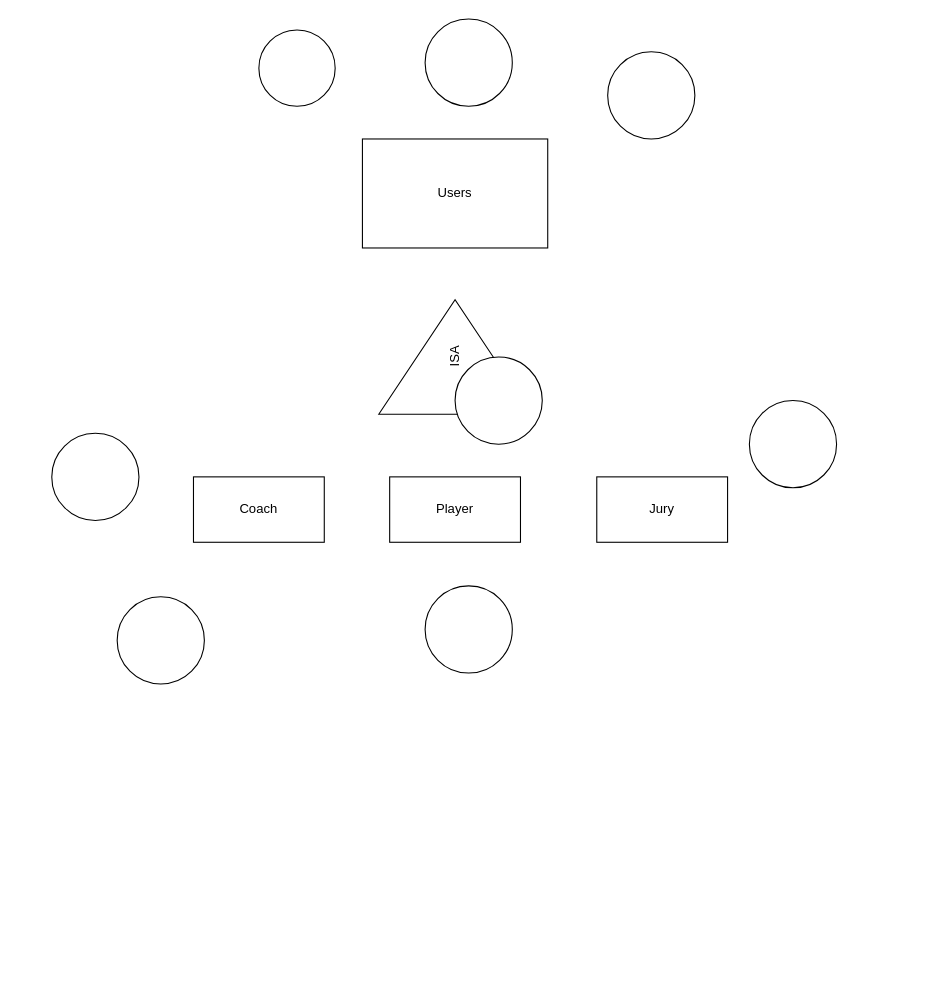
Above: Untitled Diagram.drawio in iremnuy/ER_model (draw.io), before the change. Source tidied: cells renumbered, new cells numbered last; positions are measured from the earlier drawing's top-left corner, leaving out a move shared by most shapes. Both pictures are drawn from the tidied source at 109%, with x=0, y=0 at pixel (51, 19).
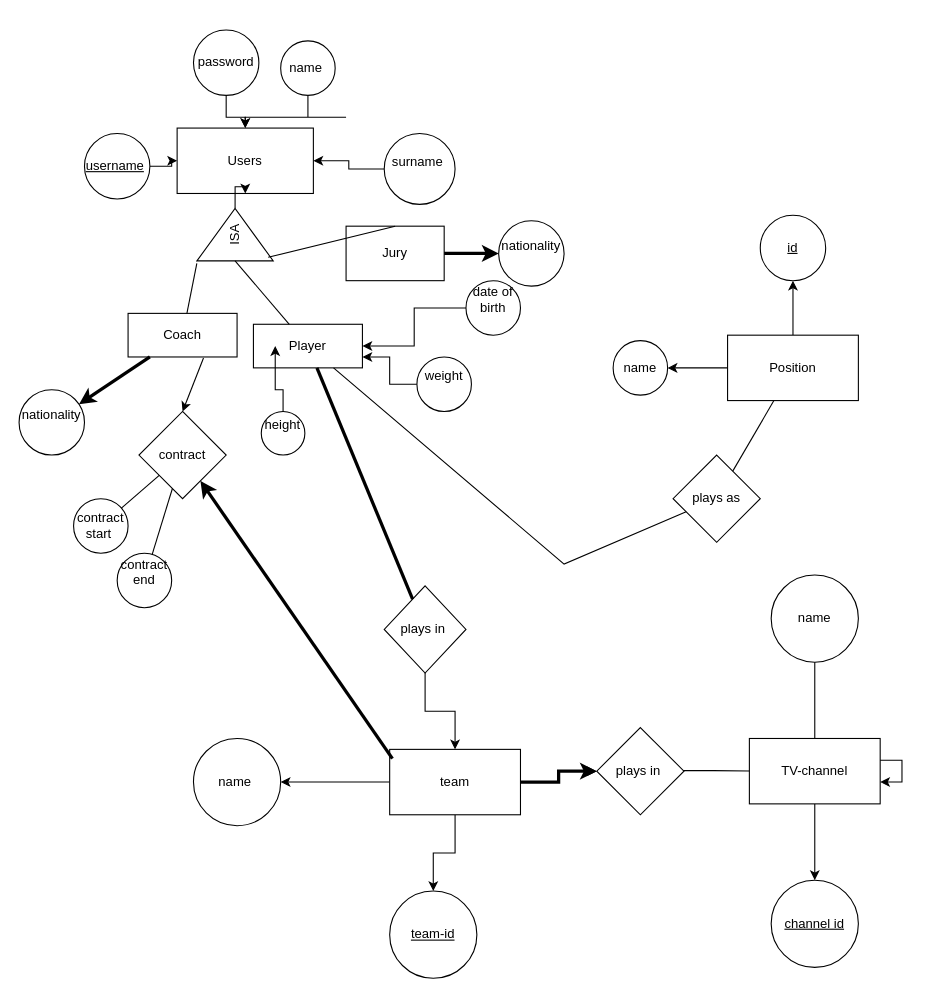
Above is the later version.

What changed in the source:
```diff
@@
     <mxCell id="2" value="Users" style="rounded=0;whiteSpace=wrap;html=1;" parent="1" vertex="1">
-      <mxGeometry x="285" y="110" width="170" height="100" as="geometry" />
+      <mxGeometry x="115" y="100" width="125" height="60" as="geometry" />
     </mxCell>
+    <mxCell id="15" style="rounded=0;jettySize=auto;html=1;entryX=0.5;entryY=0;entryDx=0;entryDy=0;exitX=0.692;exitY=1.025;exitDx=0;exitDy=0;exitPerimeter=0;" parent="1" edge="1" source="3" target="46">
+      <mxGeometry relative="1" as="geometry" />
+    </mxCell>
     <mxCell id="3" value="Coach" style="rounded=0;whiteSpace=wrap;html=1;" parent="1" vertex="1">
-      <mxGeometry x="130" y="420" width="120" height="60" as="geometry" />
+      <mxGeometry x="70" y="270" width="100" height="40" as="geometry" />
     </mxCell>
     <mxCell id="4" value="Player" style="rounded=0;whiteSpace=wrap;html=1;" parent="1" vertex="1">
-      <mxGeometry x="310" y="420" width="120" height="60" as="geometry" />
+      <mxGeometry x="185" y="280" width="100" height="40" as="geometry" />
     </mxCell>
     <mxCell id="5" value="Jury" style="rounded=0;whiteSpace=wrap;html=1;" parent="1" vertex="1">
-      <mxGeometry x="500" y="420" width="120" height="60" as="geometry" />
+      <mxGeometry x="270" y="190" width="90" height="50" as="geometry" />
     </mxCell>
+    <mxCell id="16" style="edgeStyle=orthogonalEdgeStyle;rounded=0;jettySize=auto;html=1;" parent="1" edge="1" source="6" target="2">
+      <mxGeometry relative="1" as="geometry" />
+    </mxCell>
     <mxCell id="6" value="ISA" style="triangle;whiteSpace=wrap;html=1;rotation=-90;" parent="1" vertex="1">
-      <mxGeometry x="317.5" y="240" width="105" height="140" as="geometry" />
+      <mxGeometry x="144.1" y="162.8" width="48.1" height="70" as="geometry" />
     </mxCell>
+    <mxCell id="17" style="edgeStyle=orthogonalEdgeStyle;rounded=0;jettySize=auto;html=1;" parent="1" edge="1" source="7" target="2">
+      <mxGeometry relative="1" as="geometry" />
+    </mxCell>
-    <mxCell id="7" style="ellipse;whiteSpace=wrap;html=1;" parent="1" vertex="1">
-      <mxGeometry x="190" y="10" width="70" height="70" as="geometry" />
+    <mxCell id="7" value="&lt;u&gt;username&lt;/u&gt;&amp;nbsp;" style="ellipse;whiteSpace=wrap;html=1;" parent="1" vertex="1">
+      <mxGeometry x="30" y="105" width="60" height="60" as="geometry" />
     </mxCell>
-    <mxCell id="8" style="ellipse;whiteSpace=wrap;html=1;" parent="1" vertex="1">
-      <mxGeometry x="370" y="310" width="80" height="80" as="geometry" />
+    <mxCell id="8" value="height&lt;div&gt;&lt;br&gt;&lt;/div&gt;" style="ellipse;whiteSpace=wrap;html=1;" parent="1" vertex="1">
+      <mxGeometry x="192.2" y="360" width="40" height="40" as="geometry" />
     </mxCell>
+    <mxCell id="18" style="rounded=0;jettySize=auto;html=1;strokeWidth=3;" parent="1" edge="1" source="3" target="9">
+      <mxGeometry relative="1" as="geometry" />
+    </mxCell>
-    <mxCell id="9" style="ellipse;whiteSpace=wrap;html=1;" parent="1" vertex="1">
-      <mxGeometry y="380" width="80" height="80" as="geometry" />
+    <mxCell id="9" value="nationality&lt;div&gt;&lt;br&gt;&lt;/div&gt;" style="ellipse;whiteSpace=wrap;html=1;" parent="1" vertex="1">
+      <mxGeometry x="-30" y="340" width="60" height="60" as="geometry" />
     </mxCell>
+    <mxCell id="19" style="edgeStyle=orthogonalEdgeStyle;rounded=0;jettySize=auto;html=1;entryX=1;entryY=0.75;entryDx=0;entryDy=0;" parent="1" edge="1" source="10" target="4">
+      <mxGeometry relative="1" as="geometry" />
+    </mxCell>
-    <mxCell id="10" style="ellipse;whiteSpace=wrap;html=1;" parent="1" vertex="1">
-      <mxGeometry x="60" y="530" width="80" height="80" as="geometry" />
+    <mxCell id="10" value="weight&lt;div&gt;&lt;br&gt;&lt;/div&gt;" style="ellipse;whiteSpace=wrap;html=1;" parent="1" vertex="1">
+      <mxGeometry x="335" y="310" width="50" height="50" as="geometry" />
     </mxCell>
+    <mxCell id="20" style="edgeStyle=orthogonalEdgeStyle;rounded=0;jettySize=auto;html=1;" parent="1" edge="1" source="11" target="4">
+      <mxGeometry relative="1" as="geometry" />
+    </mxCell>
-    <mxCell id="11" style="ellipse;whiteSpace=wrap;html=1;" parent="1" vertex="1">
-      <mxGeometry x="342.5" y="520" width="80" height="80" as="geometry" />
+    <mxCell id="11" value="date of birth&lt;div&gt;&lt;br&gt;&lt;/div&gt;" style="ellipse;whiteSpace=wrap;html=1;" parent="1" vertex="1">
+      <mxGeometry x="380" y="240" width="50" height="50" as="geometry" />
     </mxCell>
-    <mxCell id="12" style="ellipse;whiteSpace=wrap;html=1;" parent="1" vertex="1">
-      <mxGeometry x="640" y="350" width="80" height="80" as="geometry" />
+    <mxCell id="12" value="nationality&lt;div&gt;&lt;br&gt;&lt;/div&gt;" style="ellipse;whiteSpace=wrap;html=1;" parent="1" vertex="1">
+      <mxGeometry x="410" y="185" width="60" height="60" as="geometry" />
     </mxCell>
+    <mxCell id="21" style="edgeStyle=orthogonalEdgeStyle;rounded=0;jettySize=auto;html=1;" parent="1" edge="1" source="13" target="2">
+      <mxGeometry relative="1" as="geometry">
+        <Array as="points">
+          <mxPoint x="270" y="90" />
+          <mxPoint x="250" y="90" />
+        </Array>
+      </mxGeometry>
+    </mxCell>
-    <mxCell id="13" style="ellipse;whiteSpace=wrap;html=1;" parent="1" vertex="1">
-      <mxGeometry x="510" y="30" width="80" height="80" as="geometry" />
+    <mxCell id="13" value="name&amp;nbsp;" style="ellipse;whiteSpace=wrap;html=1;" parent="1" vertex="1">
+      <mxGeometry x="210" y="20" width="50" height="50" as="geometry" />
     </mxCell>
+    <mxCell id="22" style="edgeStyle=orthogonalEdgeStyle;rounded=0;jettySize=auto;html=1;" parent="1" edge="1" source="14" target="2">
+      <mxGeometry relative="1" as="geometry" />
+    </mxCell>
-    <mxCell id="14" style="ellipse;whiteSpace=wrap;html=1;" parent="1" vertex="1">
-      <mxGeometry x="342.5" width="80" height="80" as="geometry" />
+    <mxCell id="14" value="password" style="ellipse;whiteSpace=wrap;html=1;" parent="1" vertex="1">
+      <mxGeometry x="130" y="10" width="60" height="60" as="geometry" />
     </mxCell>
+    <mxCell id="23" style="endArrow=none;html=1;rounded=0;entryX=0.5;entryY=0;entryDx=0;entryDy=0;exitX=0.068;exitY=0.934;exitDx=0;exitDy=0;exitPerimeter=0;" parent="1" edge="1" source="6" target="5">
+      <mxGeometry relative="1" as="geometry" />
+    </mxCell>
+    <mxCell id="24" style="endArrow=none;html=1;rounded=0;exitX=0;exitY=0.5;exitDx=0;exitDy=0;" parent="1" edge="1" source="6" target="4">
+      <mxGeometry relative="1" as="geometry" />
+    </mxCell>
+    <mxCell id="25" style="endArrow=none;html=1;rounded=0;exitX=-0.047;exitY=-0.001;exitDx=0;exitDy=0;exitPerimeter=0;" parent="1" edge="1" source="6" target="3">
+      <mxGeometry relative="1" as="geometry" />
+    </mxCell>
+    <mxCell id="26" style="edgeStyle=orthogonalEdgeStyle;rounded=0;jettySize=auto;html=1;" parent="1" edge="1" source="27" target="2">
+      <mxGeometry relative="1" as="geometry" />
+    </mxCell>
+    <mxCell id="27" value="surname&amp;nbsp;&lt;div&gt;&lt;br&gt;&lt;/div&gt;" style="ellipse;whiteSpace=wrap;html=1;" parent="1" vertex="1">
+      <mxGeometry x="305" y="105" width="65" height="65" as="geometry" />
+    </mxCell>
+    <mxCell id="28" style="edgeStyle=orthogonalEdgeStyle;rounded=0;jettySize=auto;html=1;entryX=0.2;entryY=0.5;entryDx=0;entryDy=0;entryPerimeter=0;" parent="1" edge="1" source="8" target="4">
+      <mxGeometry relative="1" as="geometry" />
+    </mxCell>
+    <mxCell id="29" style="edgeStyle=orthogonalEdgeStyle;rounded=0;jettySize=auto;html=1;" parent="1" edge="1" source="32" target="33">
+      <mxGeometry relative="1" as="geometry" />
+    </mxCell>
+    <mxCell id="30" style="edgeStyle=orthogonalEdgeStyle;rounded=0;jettySize=auto;html=1;" parent="1" edge="1" source="32" target="34">
+      <mxGeometry relative="1" as="geometry" />
+    </mxCell>
+    <mxCell id="31" style="edgeStyle=orthogonalEdgeStyle;rounded=0;jettySize=auto;html=1;" parent="1" edge="1" source="32" target="37">
+      <mxGeometry relative="1" as="geometry" />
+    </mxCell>
+    <mxCell id="32" value="team" style="rounded=0;whiteSpace=wrap;html=1;" parent="1" vertex="1">
+      <mxGeometry x="310" y="670" width="120" height="60" as="geometry" />
+    </mxCell>
+    <mxCell id="33" value="name&amp;nbsp;" style="ellipse;whiteSpace=wrap;html=1;rounded=0;" parent="1" vertex="1">
+      <mxGeometry x="130" y="660" width="80" height="80" as="geometry" />
+    </mxCell>
+    <mxCell id="34" value="&lt;u&gt;team-id&lt;/u&gt;" style="ellipse;whiteSpace=wrap;html=1;rounded=0;" parent="1" vertex="1">
+      <mxGeometry x="310" y="800" width="80" height="80" as="geometry" />
+    </mxCell>
+    <mxCell id="35" style="edgeStyle=orthogonalEdgeStyle;rounded=0;jettySize=auto;html=1;strokeWidth=3;" parent="1" edge="1" source="32" target="37">
+      <mxGeometry relative="1" as="geometry" />
+    </mxCell>
+    <mxCell id="36" style="rounded=0;jettySize=auto;html=1;edgeStyle=entityRelationEdgeStyle;exitX=0.963;exitY=0.494;exitDx=0;exitDy=0;exitPerimeter=0;" parent="1" edge="1" source="37">
+      <mxGeometry relative="1" as="geometry">
+        <mxPoint x="670" y="689.9" as="targetPoint" />
+      </mxGeometry>
+    </mxCell>
+    <mxCell id="37" value="plays in&amp;nbsp;" style="rhombus;whiteSpace=wrap;html=1;rounded=0;" parent="1" vertex="1">
+      <mxGeometry x="500" y="650" width="80" height="80" as="geometry" />
+    </mxCell>
+    <mxCell id="38" style="edgeStyle=orthogonalEdgeStyle;rounded=0;jettySize=auto;html=1;" parent="1" edge="1" source="39" target="40">
+      <mxGeometry relative="1" as="geometry" />
+    </mxCell>
+    <mxCell id="39" value="TV-channel" style="whiteSpace=wrap;html=1;rounded=0;" parent="1" vertex="1">
+      <mxGeometry x="640" y="660" width="120" height="60" as="geometry" />
+    </mxCell>
+    <mxCell id="40" value="&lt;u&gt;channel id&lt;/u&gt;" style="ellipse;whiteSpace=wrap;html=1;rounded=0;" parent="1" vertex="1">
+      <mxGeometry x="660" y="790" width="80" height="80" as="geometry" />
+    </mxCell>
+    <mxCell id="41" value="name" style="ellipse;whiteSpace=wrap;html=1;rounded=0;" parent="1" vertex="1">
+      <mxGeometry x="660" y="510" width="80" height="80" as="geometry" />
+    </mxCell>
+    <mxCell id="42" style="edgeStyle=orthogonalEdgeStyle;rounded=0;jettySize=auto;html=1;" parent="1" edge="1" source="43" target="32">
+      <mxGeometry relative="1" as="geometry" />
+    </mxCell>
+    <mxCell id="43" value="plays in&amp;nbsp;" style="rhombus;whiteSpace=wrap;html=1;" parent="1" vertex="1">
+      <mxGeometry x="305" y="520" width="75" height="80" as="geometry" />
+    </mxCell>
+    <mxCell id="44" style="endArrow=none;html=1;rounded=0;strokeWidth=3;endSize=6;" parent="1" edge="1" source="43" target="4">
+      <mxGeometry relative="1" as="geometry" />
+    </mxCell>
+    <mxCell id="45" style="rounded=0;jettySize=auto;html=1;exitX=0.021;exitY=0.142;exitDx=0;exitDy=0;exitPerimeter=0;strokeWidth=3;" parent="1" edge="1" source="32" target="46">
+      <mxGeometry relative="1" as="geometry" />
+    </mxCell>
+    <mxCell id="46" value="contract" style="rhombus;whiteSpace=wrap;html=1;" parent="1" vertex="1">
+      <mxGeometry x="80" y="360" width="80" height="80" as="geometry" />
+    </mxCell>
+    <mxCell id="47" value="contract start&amp;nbsp;" style="ellipse;whiteSpace=wrap;html=1;" parent="1" vertex="1">
+      <mxGeometry x="20" y="440" width="50" height="50" as="geometry" />
+    </mxCell>
+    <mxCell id="48" value="contract end&lt;div&gt;&lt;br&gt;&lt;/div&gt;" style="ellipse;whiteSpace=wrap;html=1;" parent="1" vertex="1">
+      <mxGeometry x="60" y="490" width="50" height="50" as="geometry" />
+    </mxCell>
+    <mxCell id="49" style="edgeStyle=orthogonalEdgeStyle;rounded=0;orthogonalLoop=1;jettySize=auto;html=1;" parent="1" edge="1" source="39" target="39">
+      <mxGeometry relative="1" as="geometry" />
+    </mxCell>
+    <mxCell id="50" style="endArrow=none;html=1;rounded=0;" parent="1" edge="1" source="39" target="41">
+      <mxGeometry relative="1" as="geometry" />
+    </mxCell>
+    <mxCell id="51" style="endArrow=classic;html=1;rounded=0;strokeWidth=3;" parent="1" edge="1" source="5" target="12">
+      <mxGeometry relative="1" as="geometry" />
+    </mxCell>
+    <mxCell id="52" value="plays as" style="rhombus;whiteSpace=wrap;html=1;" parent="1" vertex="1">
+      <mxGeometry x="570" y="400" width="80" height="80" as="geometry" />
+    </mxCell>
+    <mxCell id="53" style="endArrow=none;html=1;rounded=0;" parent="1" edge="1" source="52" target="4">
+      <mxGeometry relative="1" as="geometry">
+        <Array as="points">
+          <mxPoint x="470" y="500" />
+        </Array>
+      </mxGeometry>
+    </mxCell>
+    <mxCell id="54" style="endArrow=none;html=1;rounded=0;" parent="1" edge="1" source="47" target="46">
+      <mxGeometry relative="1" as="geometry" />
+    </mxCell>
+    <mxCell id="55" style="endArrow=none;html=1;rounded=0;" parent="1" edge="1" source="48" target="46">
+      <mxGeometry relative="1" as="geometry" />
+    </mxCell>
+    <mxCell id="56" style="edgeStyle=orthogonalEdgeStyle;rounded=0;jettySize=auto;html=1;" parent="1" edge="1" source="58" target="59">
+      <mxGeometry relative="1" as="geometry" />
+    </mxCell>
+    <mxCell id="57" style="edgeStyle=orthogonalEdgeStyle;rounded=0;jettySize=auto;html=1;" parent="1" edge="1" source="58" target="60">
+      <mxGeometry relative="1" as="geometry" />
+    </mxCell>
+    <mxCell id="58" value="Position" style="rounded=0;whiteSpace=wrap;html=1;" parent="1" vertex="1">
+      <mxGeometry x="620" y="290" width="120" height="60" as="geometry" />
+    </mxCell>
+    <mxCell id="59" value="&lt;u&gt;id&lt;/u&gt;" style="ellipse;whiteSpace=wrap;html=1;rounded=0;" parent="1" vertex="1">
+      <mxGeometry x="650" y="180" width="60" height="60" as="geometry" />
+    </mxCell>
+    <mxCell id="60" value="name" style="ellipse;whiteSpace=wrap;html=1;rounded=0;" parent="1" vertex="1">
+      <mxGeometry x="515" y="295" width="50" height="50" as="geometry" />
+    </mxCell>
+    <mxCell id="61" style="endArrow=none;html=1;rounded=0;" parent="1" edge="1" source="52" target="58">
+      <mxGeometry relative="1" as="geometry" />
+    </mxCell>
```
